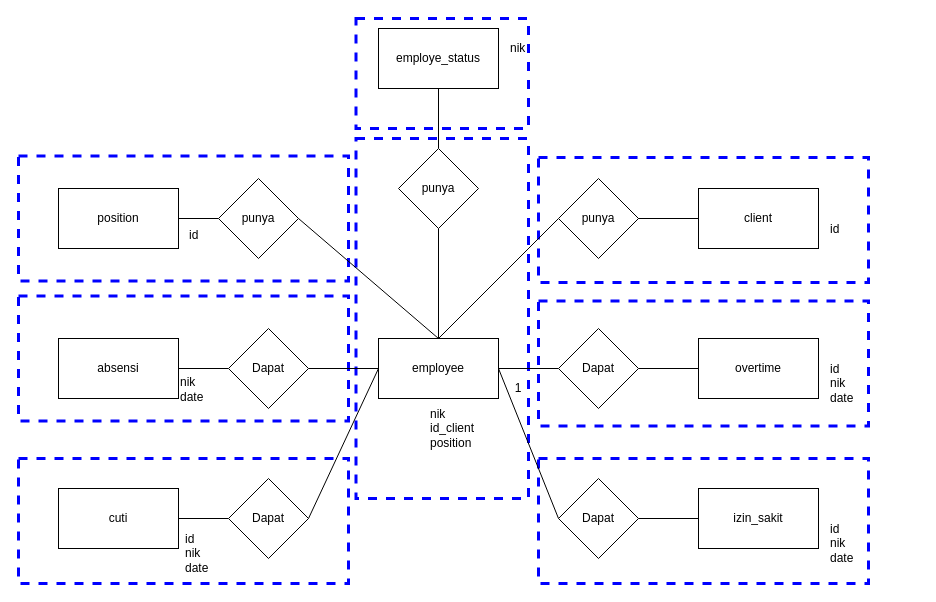
Before: page "LRS" (2 of 7) of Penulisan/Bab 3-revisi sidang.drawio in w4hyud1/leni_karyawan, a draw.io diagram. Source tidied: cells renumbered, new cells numbered last; positions are measured from the earlier drawing's top-left corner, leaving out a move shared by most shapes. Both pictures are drawn from the tidied source at 100%, with x=0, y=0 at pixel (18, 18).
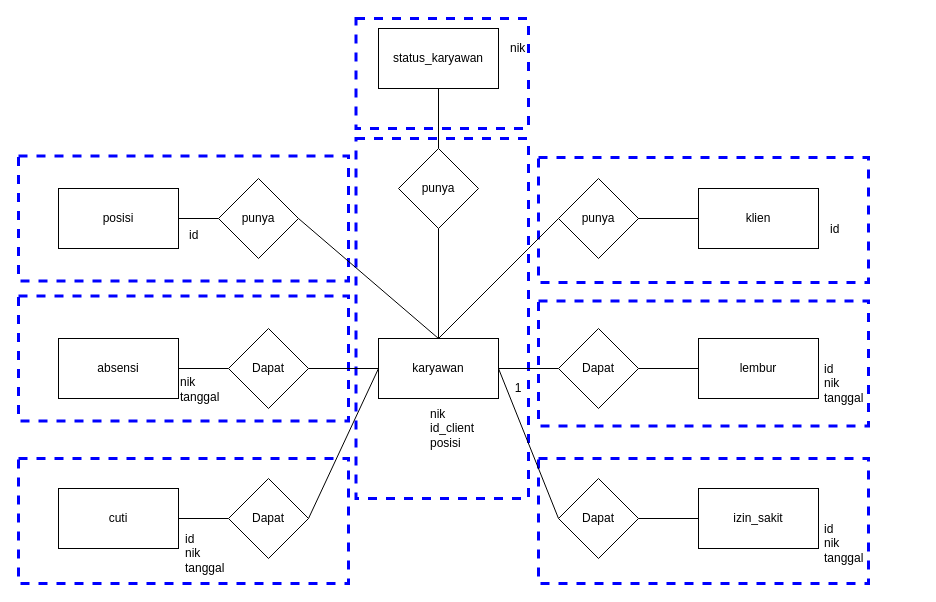
After the change.

The edit, as a diff of the source:
```diff
@@
-    <mxCell id="12" value="employee" style="rounded=0;whiteSpace=wrap;html=1;" parent="1" vertex="1">
+    <mxCell id="12" value="karyawan" style="rounded=0;whiteSpace=wrap;html=1;" parent="1" vertex="1">
       <mxGeometry x="360" y="320" width="120" height="60" as="geometry" />
     </mxCell>
@@
-    <mxCell id="14" value="overtime" style="rounded=0;whiteSpace=wrap;html=1;" parent="1" vertex="1">
+    <mxCell id="14" value="lembur" style="rounded=0;whiteSpace=wrap;html=1;" parent="1" vertex="1">
       <mxGeometry x="680" y="320" width="120" height="60" as="geometry" />
     </mxCell>
@@
-    <mxCell id="33" value="client" style="rounded=0;whiteSpace=wrap;html=1;" parent="1" vertex="1">
+    <mxCell id="33" value="klien" style="rounded=0;whiteSpace=wrap;html=1;" parent="1" vertex="1">
       <mxGeometry x="680" y="170" width="120" height="60" as="geometry" />
     </mxCell>
@@
-    <mxCell id="35" value="position" style="rounded=0;whiteSpace=wrap;html=1;" parent="1" vertex="1">
+    <mxCell id="35" value="posisi" style="rounded=0;whiteSpace=wrap;html=1;" parent="1" vertex="1">
       <mxGeometry x="40" y="170" width="120" height="60" as="geometry" />
     </mxCell>
@@
-    <mxCell id="38" value="nik&lt;br&gt;date" style="text;html=1;strokeColor=none;fillColor=none;align=left;verticalAlign=middle;whiteSpace=wrap;rounded=0;" parent="1" vertex="1">
+    <mxCell id="38" value="nik&lt;br&gt;tanggal" style="text;html=1;strokeColor=none;fillColor=none;align=left;verticalAlign=middle;whiteSpace=wrap;rounded=0;" parent="1" vertex="1">
       <mxGeometry x="160" y="352" width="60" height="38" as="geometry" />
     </mxCell>
-    <mxCell id="39" value="id&lt;br&gt;nik&lt;br&gt;date" style="text;html=1;strokeColor=none;fillColor=none;align=left;verticalAlign=middle;whiteSpace=wrap;rounded=0;" parent="1" vertex="1">
-      <mxGeometry x="810" y="340" width="90" height="50" as="geometry" />
+    <mxCell id="39" value="id&lt;br&gt;nik&lt;br&gt;tanggal" style="text;html=1;strokeColor=none;fillColor=none;align=left;verticalAlign=middle;whiteSpace=wrap;rounded=0;" parent="1" vertex="1">
+      <mxGeometry x="804" y="340" width="90" height="50" as="geometry" />
     </mxCell>
-    <mxCell id="40" value="id&lt;br&gt;nik&lt;br&gt;date" style="text;html=1;strokeColor=none;fillColor=none;align=left;verticalAlign=middle;whiteSpace=wrap;rounded=0;" parent="1" vertex="1">
+    <mxCell id="40" value="id&lt;br&gt;nik&lt;br&gt;tanggal" style="text;html=1;strokeColor=none;fillColor=none;align=left;verticalAlign=middle;whiteSpace=wrap;rounded=0;" parent="1" vertex="1">
       <mxGeometry x="165" y="510" width="40" height="50" as="geometry" />
     </mxCell>
-    <mxCell id="41" value="id&lt;br&gt;nik&lt;br&gt;date" style="text;html=1;strokeColor=none;fillColor=none;align=left;verticalAlign=middle;whiteSpace=wrap;rounded=0;" parent="1" vertex="1">
-      <mxGeometry x="810" y="500" width="60" height="50" as="geometry" />
+    <mxCell id="41" value="id&lt;br&gt;nik&lt;br&gt;tanggal" style="text;html=1;strokeColor=none;fillColor=none;align=left;verticalAlign=middle;whiteSpace=wrap;rounded=0;" parent="1" vertex="1">
+      <mxGeometry x="804" y="500" width="60" height="50" as="geometry" />
     </mxCell>
@@
-    <mxCell id="45" value="employe_status" style="rounded=0;whiteSpace=wrap;html=1;" parent="1" vertex="1">
+    <mxCell id="45" value="status_karyawan" style="rounded=0;whiteSpace=wrap;html=1;" parent="1" vertex="1">
       <mxGeometry x="360" y="10" width="120" height="60" as="geometry" />
     </mxCell>
@@
-    <mxCell id="48" value="nik&lt;br&gt;id_client&lt;br&gt;position" style="text;html=1;strokeColor=none;fillColor=none;align=left;verticalAlign=middle;whiteSpace=wrap;rounded=0;" parent="1" vertex="1">
+    <mxCell id="48" value="nik&lt;br&gt;id_client&lt;br&gt;posisi" style="text;html=1;strokeColor=none;fillColor=none;align=left;verticalAlign=middle;whiteSpace=wrap;rounded=0;" parent="1" vertex="1">
       <mxGeometry x="410" y="385" width="40" height="50" as="geometry" />
     </mxCell>
```
